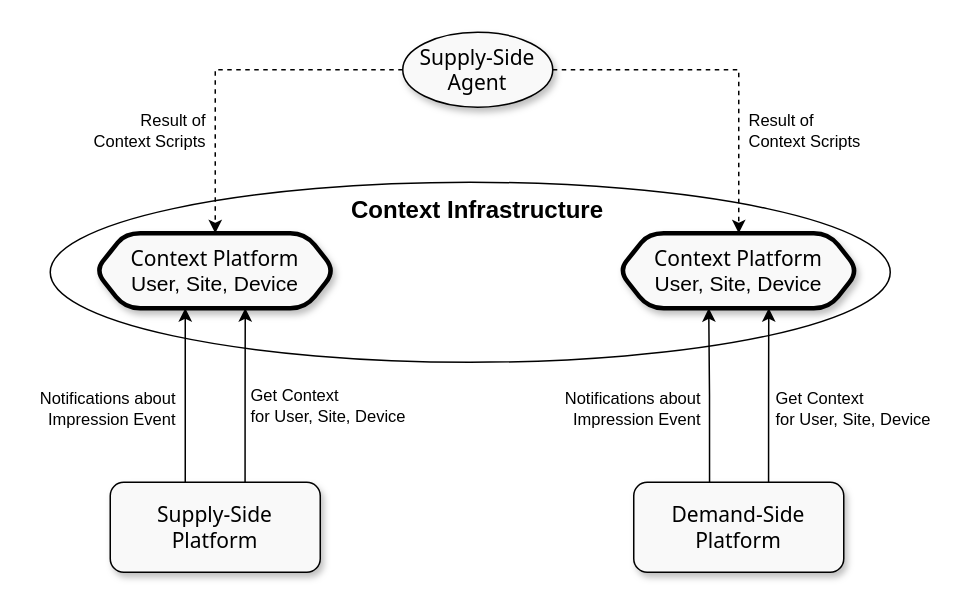
adshares/adshares-docs keeps this draw.io diagram as page "Context" (5 of 6) of protocol/infrastructure/index.drawio. Above is the earlier version. Source tidied: cells renumbered, new cells numbered last; positions are measured from the earlier drawing's top-left corner, leaving out a move shared by most shapes. Both pictures are drawn from the tidied source at 150%, with x=0, y=0 at pixel (50, 32).
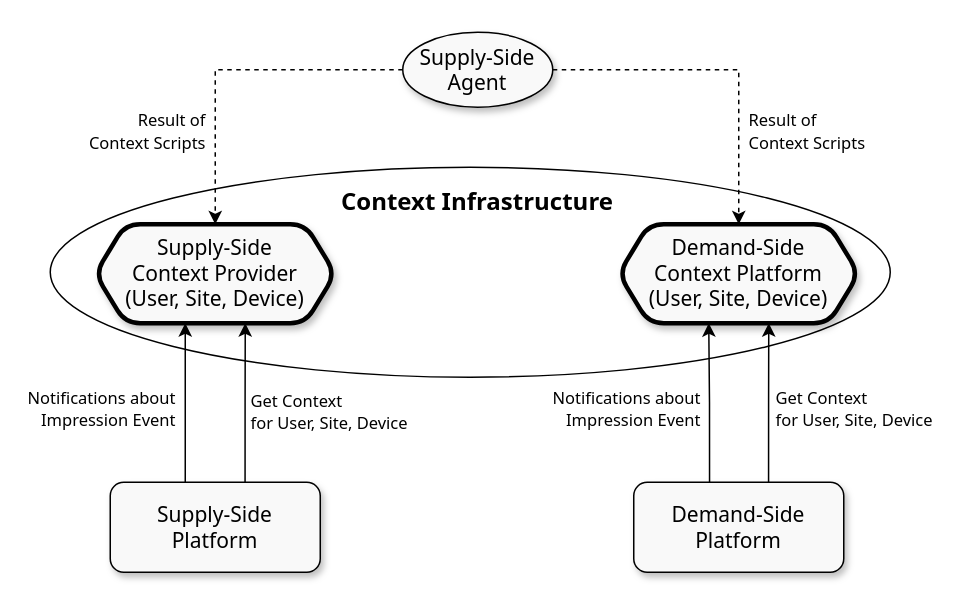
The same page after the edit.

The change refers to these unchanged cells:
```xml
<mxCell id="3" style="edgeStyle=orthogonalEdgeStyle;rounded=0;jettySize=auto;html=1;fontColor=#000000;strokeColor=#000000;shadow=0;entryX=0.625;entryY=1;entryDx=0;entryDy=0;exitX=0.642;exitY=0.025;exitDx=0;exitDy=0;exitPerimeter=0;" parent="1" edge="1" source="6" target="11">
  <mxGeometry relative="1" as="geometry" />
</mxCell>
```

The edit, as a diff of the source:
```diff
@@
     <mxCell id="2" style="ellipse;whiteSpace=wrap;html=1;fontColor=#000000;fillColor=none;strokeColor=#000000;strokeWidth=1;shadow=0;" parent="1" vertex="1">
-      <mxGeometry y="100" width="560" height="120" as="geometry" />
+      <mxGeometry y="90" width="560" height="140" as="geometry" />
     </mxCell>
@@
-    <mxCell id="4" value="Get Context&lt;br&gt;for User, Site, Device" style="edgeLabel;html=1;align=left;verticalAlign=middle;labelBackgroundColor=none;" parent="3" vertex="1">
+    <mxCell id="4" value="&lt;font face=&quot;Tahoma&quot;&gt;Get Context&lt;br&gt;for User, Site, Device&lt;/font&gt;" style="edgeLabel;html=1;align=left;verticalAlign=middle;labelBackgroundColor=none;" parent="3" vertex="1">
       <mxGeometry x="-0.23" y="2" relative="1" as="geometry">
         <mxPoint x="4" y="-8" as="offset" />
       </mxGeometry>
     </mxCell>
@@
-    <mxCell id="6" value="&lt;span style=&quot;font-family: &amp;quot;HCo Gotham&amp;quot;, system-ui, -apple-system, &amp;quot;Segoe UI&amp;quot;, Roboto, &amp;quot;Helvetica Neue&amp;quot;, Arial, &amp;quot;Noto Sans&amp;quot;, &amp;quot;Liberation Sans&amp;quot;, sans-serif, &amp;quot;Apple Color Emoji&amp;quot;, &amp;quot;Segoe UI Emoji&amp;quot;, &amp;quot;Segoe UI Symbol&amp;quot;, &amp;quot;Noto Color Emoji&amp;quot;; text-align: start;&quot;&gt;&lt;font style=&quot;font-size: 14px;&quot;&gt;Supply-Side &lt;br&gt;Platform&lt;/font&gt;&lt;/span&gt;" style="rounded=1;whiteSpace=wrap;html=1;shadow=1;glass=0;fontColor=#000000;strokeColor=#000000;fillColor=#F9F9F9;" parent="1" vertex="1">
+    <mxCell id="6" value="&lt;span style=&quot;text-align: start;&quot;&gt;&lt;font face=&quot;Tahoma&quot; style=&quot;font-size: 14px;&quot;&gt;Supply-Side &lt;br&gt;Platform&lt;/font&gt;&lt;/span&gt;" style="rounded=1;whiteSpace=wrap;html=1;shadow=1;glass=0;fontColor=#000000;strokeColor=#000000;fillColor=#F9F9F9;" parent="1" vertex="1">
       <mxGeometry x="40" y="300" width="140" height="60" as="geometry" />
     </mxCell>
@@
-    <mxCell id="9" value="&lt;span style=&quot;border-color: var(--border-color); font-family: &amp;quot;HCo Gotham&amp;quot;, system-ui, -apple-system, &amp;quot;Segoe UI&amp;quot;, Roboto, &amp;quot;Helvetica Neue&amp;quot;, Arial, &amp;quot;Noto Sans&amp;quot;, &amp;quot;Liberation Sans&amp;quot;, sans-serif, &amp;quot;Apple Color Emoji&amp;quot;, &amp;quot;Segoe UI Emoji&amp;quot;, &amp;quot;Segoe UI Symbol&amp;quot;, &amp;quot;Noto Color Emoji&amp;quot;; text-align: start;&quot;&gt;&lt;font style=&quot;border-color: var(--border-color); font-size: 14px;&quot;&gt;Demand-Side Platform&lt;/font&gt;&lt;/span&gt;" style="rounded=1;whiteSpace=wrap;html=1;fontColor=#000000;strokeColor=#000000;shadow=1;fillColor=#F9F9F9;" parent="1" vertex="1">
+    <mxCell id="9" value="&lt;span style=&quot;border-color: var(--border-color); text-align: start;&quot;&gt;&lt;font face=&quot;Tahoma&quot; style=&quot;border-color: var(--border-color); font-size: 14px;&quot;&gt;Demand-Side Platform&lt;/font&gt;&lt;/span&gt;" style="rounded=1;whiteSpace=wrap;html=1;fontColor=#000000;strokeColor=#000000;shadow=1;fillColor=#F9F9F9;" parent="1" vertex="1">
       <mxGeometry x="389" y="300" width="140" height="60" as="geometry" />
     </mxCell>
-    <mxCell id="10" value="&lt;font style=&quot;font-size: 16px;&quot;&gt;Context Infrastructure&lt;/font&gt;" style="text;html=1;strokeColor=none;fillColor=none;align=center;verticalAlign=middle;whiteSpace=wrap;rounded=0;dashed=1;fontColor=#000000;shadow=0;fontStyle=1;" parent="1" vertex="1">
-      <mxGeometry x="185" y="108" width="200" height="20" as="geometry" />
+    <mxCell id="10" value="&lt;font face=&quot;Tahoma&quot; style=&quot;font-size: 16px;&quot;&gt;Context Infrastructure&lt;/font&gt;" style="text;html=1;strokeColor=none;fillColor=none;align=center;verticalAlign=middle;whiteSpace=wrap;rounded=0;dashed=1;fontColor=#000000;shadow=0;fontStyle=1;" parent="1" vertex="1">
+      <mxGeometry x="185" y="103" width="200" height="20" as="geometry" />
     </mxCell>
-    <mxCell id="11" value="&lt;font style=&quot;font-size: 14px;&quot;&gt;&lt;font style=&quot;&quot;&gt;&lt;span style=&quot;font-family: &amp;quot;HCo Gotham&amp;quot;, system-ui, -apple-system, &amp;quot;Segoe UI&amp;quot;, Roboto, &amp;quot;Helvetica Neue&amp;quot;, Arial, &amp;quot;Noto Sans&amp;quot;, &amp;quot;Liberation Sans&amp;quot;, sans-serif, &amp;quot;Apple Color Emoji&amp;quot;, &amp;quot;Segoe UI Emoji&amp;quot;, &amp;quot;Segoe UI Symbol&amp;quot;, &amp;quot;Noto Color Emoji&amp;quot;; text-align: start;&quot;&gt;Context Platform&lt;br&gt;&lt;/span&gt;&lt;/font&gt;User, Site, Device&lt;/font&gt;" style="shape=hexagon;perimeter=hexagonPerimeter2;whiteSpace=wrap;html=1;fixedSize=1;fontColor=#000000;strokeColor=#000000;shadow=1;fillColor=#F9F9F9;rounded=1;strokeWidth=3;" parent="1" vertex="1">
-      <mxGeometry x="30" y="134" width="160" height="50" as="geometry" />
+    <mxCell id="11" value="&lt;font face=&quot;Tahoma&quot; style=&quot;font-size: 14px;&quot;&gt;&lt;font style=&quot;&quot;&gt;&lt;span style=&quot;text-align: start;&quot;&gt;Supply-Side&lt;br&gt;Context Provider&lt;br&gt;&lt;/span&gt;&lt;/font&gt;(User, Site, Device)&lt;/font&gt;" style="shape=hexagon;perimeter=hexagonPerimeter2;whiteSpace=wrap;html=1;fixedSize=1;fontColor=#000000;strokeColor=#000000;shadow=1;fillColor=#F9F9F9;rounded=1;strokeWidth=3;" parent="1" vertex="1">
+      <mxGeometry x="30" y="128" width="160" height="66" as="geometry" />
     </mxCell>
-    <mxCell id="12" value="&lt;font style=&quot;font-size: 14px;&quot;&gt;&lt;font style=&quot;&quot;&gt;&lt;span style=&quot;font-family: &amp;quot;HCo Gotham&amp;quot;, system-ui, -apple-system, &amp;quot;Segoe UI&amp;quot;, Roboto, &amp;quot;Helvetica Neue&amp;quot;, Arial, &amp;quot;Noto Sans&amp;quot;, &amp;quot;Liberation Sans&amp;quot;, sans-serif, &amp;quot;Apple Color Emoji&amp;quot;, &amp;quot;Segoe UI Emoji&amp;quot;, &amp;quot;Segoe UI Symbol&amp;quot;, &amp;quot;Noto Color Emoji&amp;quot;; text-align: start;&quot;&gt;Context Platform&lt;br&gt;&lt;/span&gt;&lt;/font&gt;User, Site, Device&lt;/font&gt;" style="shape=hexagon;perimeter=hexagonPerimeter2;whiteSpace=wrap;html=1;fixedSize=1;fontColor=#000000;strokeColor=#000000;shadow=1;fillColor=#F9F9F9;rounded=1;strokeWidth=3;" parent="1" vertex="1">
-      <mxGeometry x="379" y="134" width="160" height="50" as="geometry" />
+    <mxCell id="12" value="&lt;font face=&quot;Tahoma&quot; style=&quot;font-size: 14px;&quot;&gt;&lt;font style=&quot;&quot;&gt;&lt;span style=&quot;text-align: start;&quot;&gt;Demand-Side&lt;br&gt;Context Platform&lt;br&gt;&lt;/span&gt;&lt;/font&gt;(User, Site, Device)&lt;/font&gt;" style="shape=hexagon;perimeter=hexagonPerimeter2;whiteSpace=wrap;html=1;fixedSize=1;fontColor=#000000;strokeColor=#000000;shadow=1;fillColor=#F9F9F9;rounded=1;strokeWidth=3;" parent="1" vertex="1">
+      <mxGeometry x="379" y="128" width="160" height="66" as="geometry" />
     </mxCell>
-    <mxCell id="13" value="Get Context&lt;br&gt;for User, Site, Device" style="edgeLabel;html=1;align=left;verticalAlign=middle;labelBackgroundColor=none;" parent="1" vertex="1">
+    <mxCell id="13" value="&lt;font face=&quot;Tahoma&quot;&gt;Get Context&lt;br&gt;for User, Site, Device&lt;/font&gt;" style="edgeLabel;html=1;align=left;verticalAlign=middle;labelBackgroundColor=none;" parent="1" vertex="1">
       <mxGeometry x="482" y="250" as="geometry" />
     </mxCell>
-    <mxCell id="14" value="Notifications about&lt;br&gt;Impression Event" style="edgeLabel;html=1;align=right;verticalAlign=middle;labelBackgroundColor=none;" parent="1" vertex="1">
+    <mxCell id="14" value="&lt;font face=&quot;Tahoma&quot;&gt;Notifications about&lt;br&gt;Impression Event&lt;/font&gt;" style="edgeLabel;html=1;align=right;verticalAlign=middle;labelBackgroundColor=none;" parent="1" vertex="1">
       <mxGeometry x="84" y="250" as="geometry" />
     </mxCell>
-    <mxCell id="15" value="Notifications&amp;nbsp;about&lt;br&gt;Impression Event" style="edgeLabel;html=1;align=right;verticalAlign=middle;labelBackgroundColor=none;" parent="1" vertex="1">
+    <mxCell id="15" value="&lt;font face=&quot;Tahoma&quot;&gt;Notifications&amp;nbsp;about&lt;br&gt;Impression Event&lt;/font&gt;" style="edgeLabel;html=1;align=right;verticalAlign=middle;labelBackgroundColor=none;" parent="1" vertex="1">
       <mxGeometry x="434" y="250" as="geometry" />
     </mxCell>
@@
-    <mxCell id="18" value="&lt;span style=&quot;font-family: &amp;quot;HCo Gotham&amp;quot;, system-ui, -apple-system, &amp;quot;Segoe UI&amp;quot;, Roboto, &amp;quot;Helvetica Neue&amp;quot;, Arial, &amp;quot;Noto Sans&amp;quot;, &amp;quot;Liberation Sans&amp;quot;, sans-serif, &amp;quot;Apple Color Emoji&amp;quot;, &amp;quot;Segoe UI Emoji&amp;quot;, &amp;quot;Segoe UI Symbol&amp;quot;, &amp;quot;Noto Color Emoji&amp;quot;; text-align: start;&quot;&gt;&lt;font style=&quot;font-size: 14px;&quot;&gt;Supply-Side Agent&lt;/font&gt;&lt;/span&gt;" style="ellipse;whiteSpace=wrap;html=1;fontColor=#000000;strokeColor=#000000;shadow=1;fillColor=#F9F9F9;" parent="1" vertex="1">
+    <mxCell id="18" value="&lt;span style=&quot;text-align: start;&quot;&gt;&lt;font face=&quot;Tahoma&quot; style=&quot;font-size: 14px;&quot;&gt;Supply-Side Agent&lt;/font&gt;&lt;/span&gt;" style="ellipse;whiteSpace=wrap;html=1;fontColor=#000000;strokeColor=#000000;shadow=1;fillColor=#F9F9F9;" parent="1" vertex="1">
       <mxGeometry x="235" width="100" height="50" as="geometry" />
     </mxCell>
-    <mxCell id="19" value="Result of&lt;br&gt;Context Scripts" style="edgeLabel;html=1;align=left;verticalAlign=middle;labelBackgroundColor=none;" parent="1" vertex="1">
+    <mxCell id="19" value="&lt;font face=&quot;Tahoma&quot;&gt;Result of&lt;br&gt;Context Scripts&lt;/font&gt;" style="edgeLabel;html=1;align=left;verticalAlign=middle;labelBackgroundColor=none;" parent="1" vertex="1">
       <mxGeometry x="464" y="65" as="geometry" />
     </mxCell>
-    <mxCell id="20" value="Result of&lt;br&gt;Context Scripts" style="edgeLabel;html=1;align=right;verticalAlign=middle;labelBackgroundColor=none;" parent="1" vertex="1">
+    <mxCell id="20" value="&lt;font face=&quot;Tahoma&quot;&gt;Result of&lt;br&gt;Context Scripts&lt;/font&gt;" style="edgeLabel;html=1;align=right;verticalAlign=middle;labelBackgroundColor=none;" parent="1" vertex="1">
       <mxGeometry x="104" y="65" as="geometry" />
     </mxCell>
```
